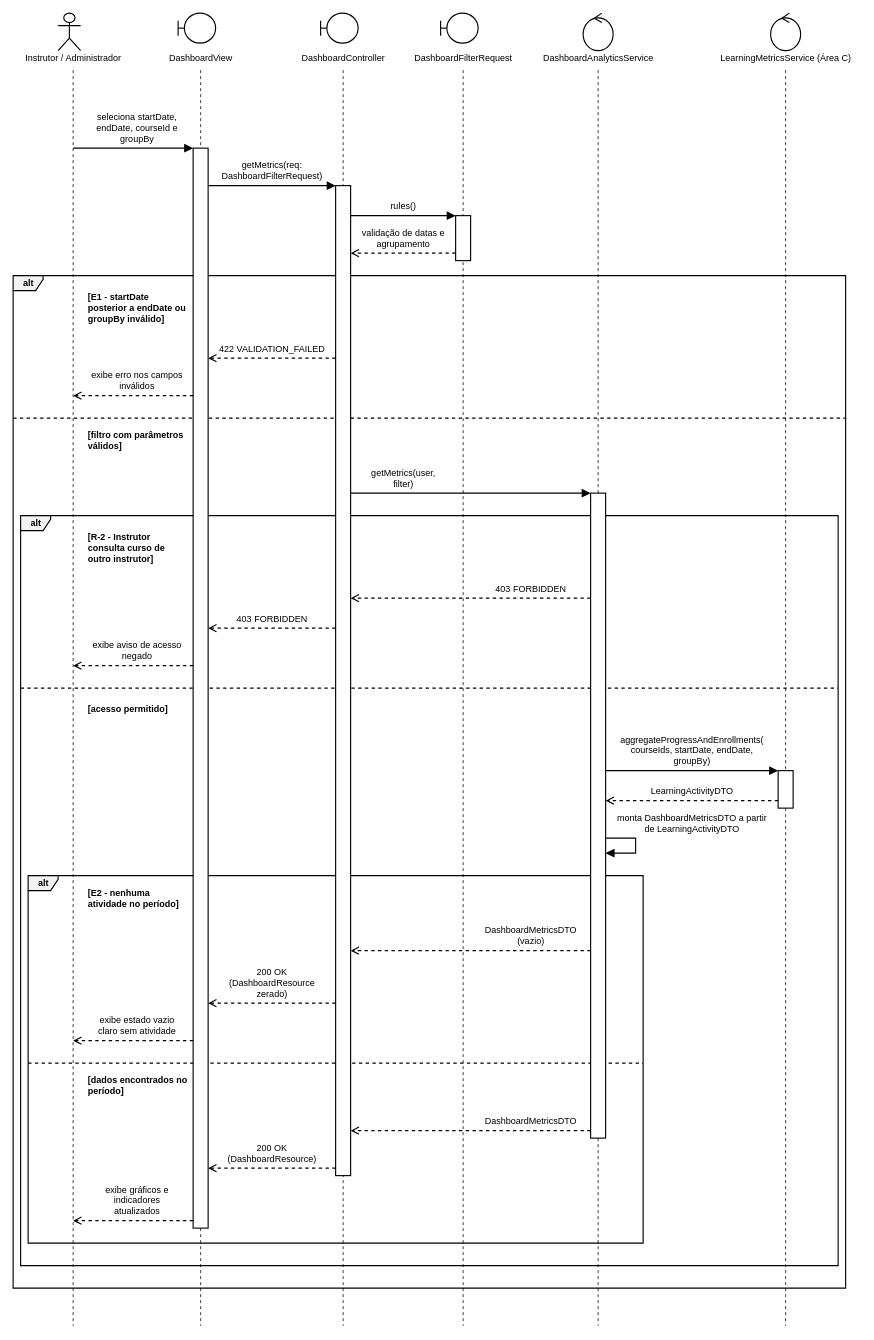
This is especificacao/diagramas/14-sequencia-uc007.drawio from Plataforma-de-Cursos-TCC/plataforma-cursos-docs, a draw.io file, before an edit. Source tidied: cells renumbered, new cells numbered last; positions are measured from the earlier drawing's top-left corner, leaving out a move shared by most shapes. Both pictures are drawn from the tidied source at 75%, with x=0, y=0 at pixel (13, 13).
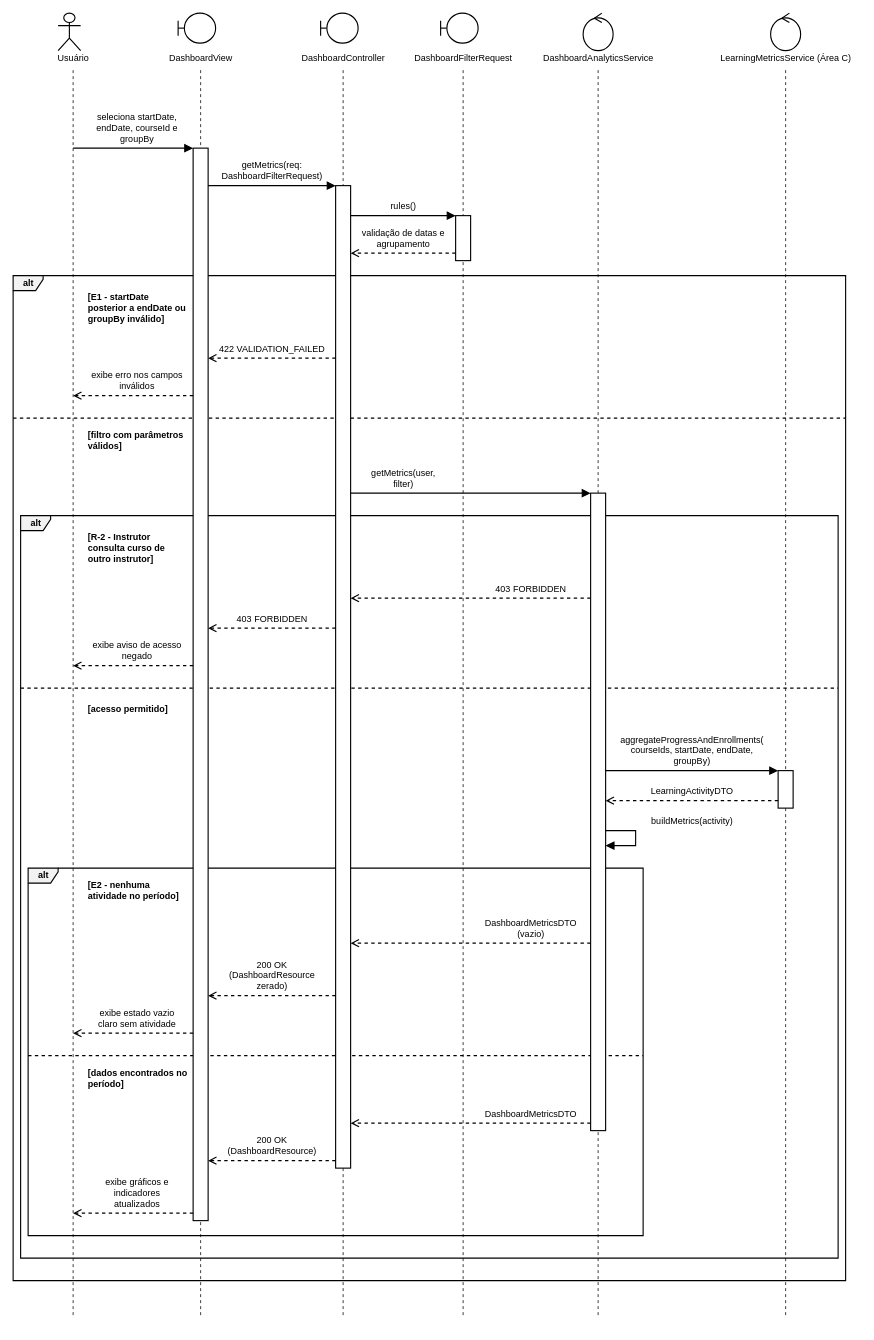
The same page after the edit.

Diff of the diagram source:
```diff
@@
     <mxCell id="2" value="alt" style="shape=umlFrame;html=1;width=40;height=20;fillColor=#F2F2F2;swimlaneFillColor=none;fontStyle=1;strokeColor=#000000;strokeWidth=1.5;fontFamily=Helvetica;fontSize=12;fontColor=#000000;" parent="1" vertex="1">
-      <mxGeometry x="20" y="1150" width="820" height="490" as="geometry" />
+      <mxGeometry x="20" y="1140" width="820" height="490" as="geometry" />
     </mxCell>
     <mxCell id="3" style="html=1;rounded=0;endArrow=none;dashed=1;strokeColor=#000000;strokeWidth=1.5;" parent="1" edge="1">
       <mxGeometry relative="1" as="geometry">
-        <mxPoint x="20" y="1400" as="sourcePoint" />
-        <mxPoint x="840" y="1400" as="targetPoint" />
+        <mxPoint x="20" y="1390" as="sourcePoint" />
+        <mxPoint x="840" y="1390" as="targetPoint" />
       </mxGeometry>
     </mxCell>
     <mxCell id="4" value="alt" style="shape=umlFrame;html=1;width=40;height=20;fillColor=#F2F2F2;swimlaneFillColor=none;fontStyle=1;strokeColor=#000000;strokeWidth=1.5;fontFamily=Helvetica;fontSize=12;fontColor=#000000;" parent="1" vertex="1">
-      <mxGeometry x="10" y="670" width="1090" height="1000" as="geometry" />
+      <mxGeometry x="10" y="670" width="1090" height="990" as="geometry" />
     </mxCell>
@@
     <mxCell id="6" value="alt" style="shape=umlFrame;html=1;width=40;height=20;fillColor=#F2F2F2;swimlaneFillColor=none;fontStyle=1;strokeColor=#000000;strokeWidth=1.5;fontFamily=Helvetica;fontSize=12;fontColor=#000000;" parent="1" vertex="1">
-      <mxGeometry y="350" width="1110" height="1350" as="geometry" />
+      <mxGeometry y="350" width="1110" height="1340" as="geometry" />
     </mxCell>
@@
     <mxCell id="14" style="html=1;rounded=0;endArrow=none;dashed=1;dashPattern=4 4;strokeColor=#000000;strokeWidth=1;" parent="1" edge="1">
       <mxGeometry relative="1" as="geometry">
         <mxPoint x="80" y="76" as="sourcePoint" />
-        <mxPoint x="80" y="1750" as="targetPoint" />
+        <mxPoint x="80" y="1740" as="targetPoint" />
       </mxGeometry>
     </mxCell>
     <mxCell id="15" style="html=1;rounded=0;endArrow=none;dashed=1;dashPattern=4 4;strokeColor=#000000;strokeWidth=1;" parent="1" edge="1">
       <mxGeometry relative="1" as="geometry">
         <mxPoint x="250" y="76" as="sourcePoint" />
-        <mxPoint x="250" y="1750" as="targetPoint" />
+        <mxPoint x="250" y="1740" as="targetPoint" />
       </mxGeometry>
     </mxCell>
     <mxCell id="16" style="html=1;rounded=0;endArrow=none;dashed=1;dashPattern=4 4;strokeColor=#000000;strokeWidth=1;" parent="1" edge="1">
       <mxGeometry relative="1" as="geometry">
         <mxPoint x="440" y="76" as="sourcePoint" />
-        <mxPoint x="440" y="1750" as="targetPoint" />
+        <mxPoint x="440" y="1740" as="targetPoint" />
       </mxGeometry>
     </mxCell>
     <mxCell id="17" style="html=1;rounded=0;endArrow=none;dashed=1;dashPattern=4 4;strokeColor=#000000;strokeWidth=1;" parent="1" edge="1">
       <mxGeometry relative="1" as="geometry">
         <mxPoint x="600" y="76" as="sourcePoint" />
-        <mxPoint x="600" y="1750" as="targetPoint" />
+        <mxPoint x="600" y="1740" as="targetPoint" />
       </mxGeometry>
     </mxCell>
     <mxCell id="18" style="html=1;rounded=0;endArrow=none;dashed=1;dashPattern=4 4;strokeColor=#000000;strokeWidth=1;" parent="1" edge="1">
       <mxGeometry relative="1" as="geometry">
         <mxPoint x="780" y="76" as="sourcePoint" />
-        <mxPoint x="780" y="1750" as="targetPoint" />
+        <mxPoint x="780" y="1740" as="targetPoint" />
       </mxGeometry>
     </mxCell>
     <mxCell id="19" style="html=1;rounded=0;endArrow=none;dashed=1;dashPattern=4 4;strokeColor=#000000;strokeWidth=1;" parent="1" edge="1">
       <mxGeometry relative="1" as="geometry">
         <mxPoint x="1030" y="76" as="sourcePoint" />
-        <mxPoint x="1030" y="1750" as="targetPoint" />
+        <mxPoint x="1030" y="1740" as="targetPoint" />
       </mxGeometry>
     </mxCell>
@@
     <mxCell id="22" style="html=1;fillColor=#FFFFFF;strokeColor=#000000;strokeWidth=1.5;" parent="1" vertex="1">
-      <mxGeometry x="240" y="180" width="20" height="1440" as="geometry" />
+      <mxGeometry x="770" y="640" width="20" height="850" as="geometry" />
     </mxCell>
     <mxCell id="23" style="html=1;fillColor=#FFFFFF;strokeColor=#000000;strokeWidth=1.5;" parent="1" vertex="1">
-      <mxGeometry x="430" y="230" width="20" height="1320" as="geometry" />
+      <mxGeometry x="430" y="230" width="20" height="1310" as="geometry" />
     </mxCell>
     <mxCell id="24" style="html=1;fillColor=#FFFFFF;strokeColor=#000000;strokeWidth=1.5;" parent="1" vertex="1">
-      <mxGeometry x="770" y="640" width="20" height="860" as="geometry" />
+      <mxGeometry x="240" y="180" width="20" height="1430" as="geometry" />
     </mxCell>
@@
     <mxCell id="37" style="html=1;rounded=0;strokeColor=#000000;strokeWidth=1.5;endArrow=block;endFill=1;endSize=8;" parent="1" edge="1">
       <mxGeometry relative="1" as="geometry">
-        <mxPoint x="790" y="1100" as="sourcePoint" />
-        <mxPoint x="790" y="1120" as="targetPoint" />
+        <mxPoint x="790" y="1090" as="sourcePoint" />
+        <mxPoint x="790" y="1110" as="targetPoint" />
         <Array as="points">
-          <mxPoint x="830" y="1100" />
-          <mxPoint x="830" y="1120" />
+          <mxPoint x="830" y="1090" />
+          <mxPoint x="830" y="1110" />
         </Array>
       </mxGeometry>
     </mxCell>
     <mxCell id="38" style="html=1;rounded=0;strokeColor=#000000;strokeWidth=1.5;dashed=1;endArrow=open;endSize=8;" parent="1" edge="1">
       <mxGeometry relative="1" as="geometry">
-        <mxPoint x="770" y="1250" as="sourcePoint" />
-        <mxPoint x="450" y="1250" as="targetPoint" />
+        <mxPoint x="770" y="1240" as="sourcePoint" />
+        <mxPoint x="450" y="1240" as="targetPoint" />
       </mxGeometry>
     </mxCell>
     <mxCell id="39" style="html=1;rounded=0;strokeColor=#000000;strokeWidth=1.5;dashed=1;endArrow=open;endSize=8;" parent="1" edge="1">
       <mxGeometry relative="1" as="geometry">
-        <mxPoint x="430" y="1320" as="sourcePoint" />
-        <mxPoint x="260" y="1320" as="targetPoint" />
+        <mxPoint x="430" y="1310" as="sourcePoint" />
+        <mxPoint x="260" y="1310" as="targetPoint" />
       </mxGeometry>
     </mxCell>
     <mxCell id="40" style="html=1;rounded=0;strokeColor=#000000;strokeWidth=1.5;dashed=1;endArrow=open;endSize=8;" parent="1" edge="1">
       <mxGeometry relative="1" as="geometry">
-        <mxPoint x="240" y="1370" as="sourcePoint" />
-        <mxPoint x="80" y="1370" as="targetPoint" />
+        <mxPoint x="240" y="1360" as="sourcePoint" />
+        <mxPoint x="80" y="1360" as="targetPoint" />
       </mxGeometry>
     </mxCell>
     <mxCell id="41" style="html=1;rounded=0;strokeColor=#000000;strokeWidth=1.5;dashed=1;endArrow=open;endSize=8;" parent="1" edge="1">
       <mxGeometry relative="1" as="geometry">
-        <mxPoint x="770" y="1490" as="sourcePoint" />
-        <mxPoint x="450" y="1490" as="targetPoint" />
+        <mxPoint x="770" y="1480" as="sourcePoint" />
+        <mxPoint x="450" y="1480" as="targetPoint" />
       </mxGeometry>
     </mxCell>
     <mxCell id="42" style="html=1;rounded=0;strokeColor=#000000;strokeWidth=1.5;dashed=1;endArrow=open;endSize=8;" parent="1" edge="1">
       <mxGeometry relative="1" as="geometry">
-        <mxPoint x="430" y="1540" as="sourcePoint" />
-        <mxPoint x="260" y="1540" as="targetPoint" />
+        <mxPoint x="430" y="1530" as="sourcePoint" />
+        <mxPoint x="260" y="1530" as="targetPoint" />
       </mxGeometry>
     </mxCell>
     <mxCell id="43" style="html=1;rounded=0;strokeColor=#000000;strokeWidth=1.5;dashed=1;endArrow=open;endSize=8;" parent="1" edge="1">
       <mxGeometry relative="1" as="geometry">
-        <mxPoint x="240" y="1610" as="sourcePoint" />
-        <mxPoint x="80" y="1610" as="targetPoint" />
+        <mxPoint x="240" y="1600" as="sourcePoint" />
+        <mxPoint x="80" y="1600" as="targetPoint" />
       </mxGeometry>
     </mxCell>
-    <mxCell id="44" value="Instrutor / Administrador" style="text;html=1;strokeColor=none;fillColor=none;align=center;verticalAlign=middle;spacing=0;fontFamily=Helvetica;fontSize=12;fontColor=#000000;" parent="1" vertex="1">
-      <mxGeometry y="50" width="160" height="20" as="geometry" />
+    <mxCell id="44" value="Usuário" style="text;html=1;strokeColor=none;fillColor=none;align=center;verticalAlign=middle;spacing=0;fontFamily=Helvetica;fontSize=12;fontColor=#000000;" parent="1" vertex="1">
+      <mxGeometry x="50" y="50" width="60" height="20" as="geometry" />
     </mxCell>
@@
-    <mxCell id="66" value="monta DashboardMetricsDTO a partir&lt;br&gt;de LearningActivityDTO" style="text;html=1;strokeColor=none;fillColor=none;verticalAlign=bottom;spacing=0;spacingBottom=5;align=center;fontFamily=Helvetica;fontSize=12;fontColor=#000000;" parent="1" vertex="1">
-      <mxGeometry x="800" y="1060" width="210" height="40" as="geometry" />
+    <mxCell id="66" value="buildMetrics(activity)" style="text;html=1;strokeColor=none;fillColor=none;verticalAlign=bottom;spacing=0;spacingBottom=5;align=center;fontFamily=Helvetica;fontSize=12;fontColor=#000000;" parent="1" vertex="1">
+      <mxGeometry x="800" y="1060" width="210" height="30" as="geometry" />
     </mxCell>
     <mxCell id="67" value="[E2 - nenhuma&lt;br&gt;atividade no período]" style="text;html=1;strokeColor=none;fillColor=none;verticalAlign=bottom;spacing=0;spacingBottom=5;align=left;fontStyle=1;fontFamily=Helvetica;fontSize=12;fontColor=#000000;" parent="1" vertex="1">
-      <mxGeometry x="100" y="1160" width="130" height="40" as="geometry" />
+      <mxGeometry x="100" y="1150" width="130" height="40" as="geometry" />
     </mxCell>
     <mxCell id="68" value="DashboardMetricsDTO&lt;br&gt;(vazio)" style="text;html=1;strokeColor=none;fillColor=none;verticalAlign=bottom;spacing=0;spacingBottom=5;align=center;fontFamily=Helvetica;fontSize=12;fontColor=#000000;" parent="1" vertex="1">
-      <mxGeometry x="620" y="1210" width="140" height="40" as="geometry" />
+      <mxGeometry x="620" y="1200" width="140" height="40" as="geometry" />
     </mxCell>
     <mxCell id="69" value="200 OK&lt;br&gt;(DashboardResource&lt;br&gt;zerado)" style="text;html=1;strokeColor=none;fillColor=none;verticalAlign=bottom;spacing=0;spacingBottom=5;align=center;fontFamily=Helvetica;fontSize=12;fontColor=#000000;" parent="1" vertex="1">
-      <mxGeometry x="270" y="1260" width="150" height="60" as="geometry" />
+      <mxGeometry x="270" y="1250" width="150" height="60" as="geometry" />
     </mxCell>
     <mxCell id="70" value="exibe estado vazio&lt;br&gt;claro sem atividade" style="text;html=1;strokeColor=none;fillColor=none;verticalAlign=bottom;spacing=0;spacingBottom=5;align=center;fontFamily=Helvetica;fontSize=12;fontColor=#000000;" parent="1" vertex="1">
-      <mxGeometry x="100" y="1330" width="130" height="40" as="geometry" />
+      <mxGeometry x="100" y="1320" width="130" height="40" as="geometry" />
     </mxCell>
     <mxCell id="71" value="[dados encontrados no&lt;br&gt;período]" style="text;html=1;strokeColor=none;fillColor=none;verticalAlign=bottom;spacing=0;spacingBottom=5;align=left;fontStyle=1;fontFamily=Helvetica;fontSize=12;fontColor=#000000;" parent="1" vertex="1">
-      <mxGeometry x="100" y="1410" width="130" height="40" as="geometry" />
+      <mxGeometry x="100" y="1400" width="130" height="40" as="geometry" />
     </mxCell>
     <mxCell id="72" value="DashboardMetricsDTO" style="text;html=1;strokeColor=none;fillColor=none;verticalAlign=bottom;spacing=0;spacingBottom=5;align=center;fontFamily=Helvetica;fontSize=12;fontColor=#000000;" parent="1" vertex="1">
-      <mxGeometry x="620" y="1460" width="140" height="30" as="geometry" />
+      <mxGeometry x="620" y="1450" width="140" height="30" as="geometry" />
     </mxCell>
     <mxCell id="73" value="200 OK&lt;br&gt;(DashboardResource)" style="text;html=1;strokeColor=none;fillColor=none;verticalAlign=bottom;spacing=0;spacingBottom=5;align=center;fontFamily=Helvetica;fontSize=12;fontColor=#000000;" parent="1" vertex="1">
-      <mxGeometry x="270" y="1500" width="150" height="40" as="geometry" />
+      <mxGeometry x="270" y="1490" width="150" height="40" as="geometry" />
     </mxCell>
     <mxCell id="74" value="exibe gráficos e&lt;br&gt;indicadores&lt;br&gt;atualizados" style="text;html=1;strokeColor=none;fillColor=none;verticalAlign=bottom;spacing=0;spacingBottom=5;align=center;fontFamily=Helvetica;fontSize=12;fontColor=#000000;" parent="1" vertex="1">
-      <mxGeometry x="100" y="1550" width="130" height="60" as="geometry" />
+      <mxGeometry x="100" y="1540" width="130" height="60" as="geometry" />
     </mxCell>
```
